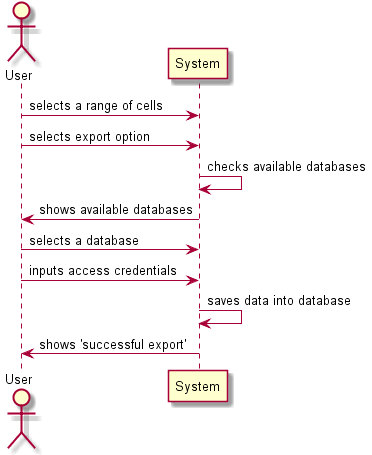
Earlier version of the PlantUML export docs/1111168/Diagrams/system_diagram_exportDB.png (askpt/LAPR4). Source of this version:
```plantuml
@startuml
actor User
participant System
User -> System: selects a range of cells
User -> System: selects export option
System -> System: checks available databases
System -> User: shows available databases
User -> System: selects a database
User -> System: inputs access credentials
System -> System: saves data into database
System -> User: shows 'successful export'
@enduml
```
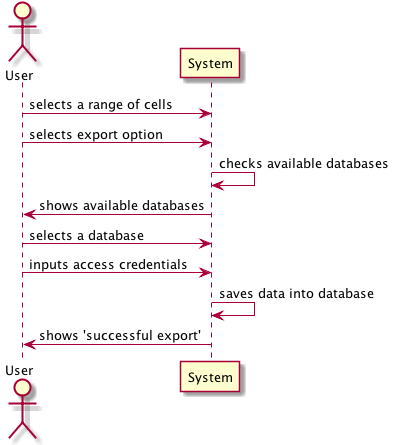
The same file after the commit.

Commit message:
1111168: first sketch on the new class diagram for persistence features ref #9 #10

The edit, as a diff of the source:
```diff
@@ -1,4 +1,4 @@
-@startuml
+@startuml Diagrams/system_diagram_exportDB.png
 actor User
 participant System
 User -> System: selects a range of cells
```
